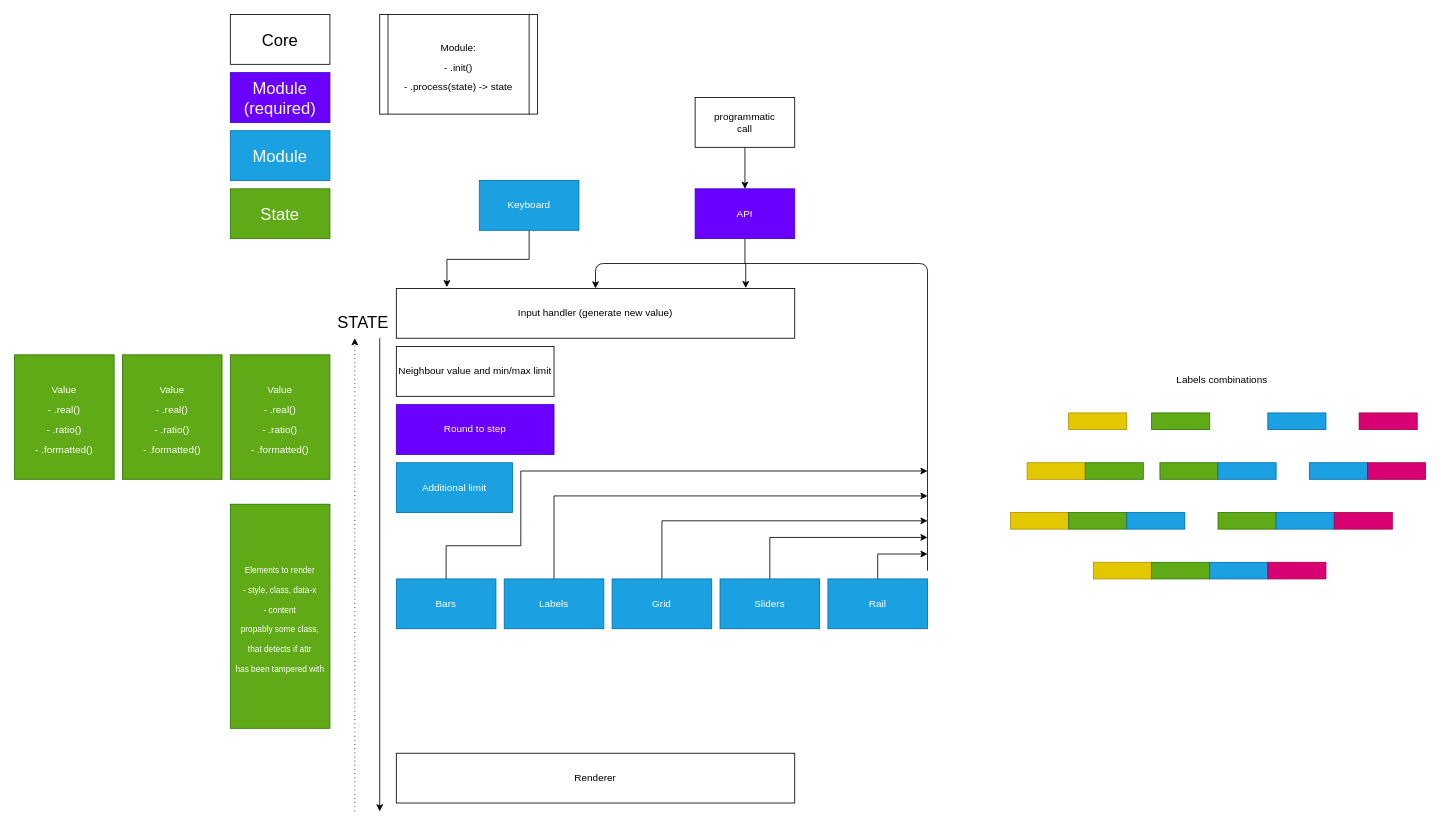
The draw.io diagram architecture.drawio in soanvig/mm-jsr, before the edit. Source tidied: cells renumbered, new cells numbered last; positions are measured from the earlier drawing's top-left corner, leaving out a move shared by most shapes. Both pictures are drawn from the tidied source at 83%, with x=0, y=0 at pixel (14, 14).
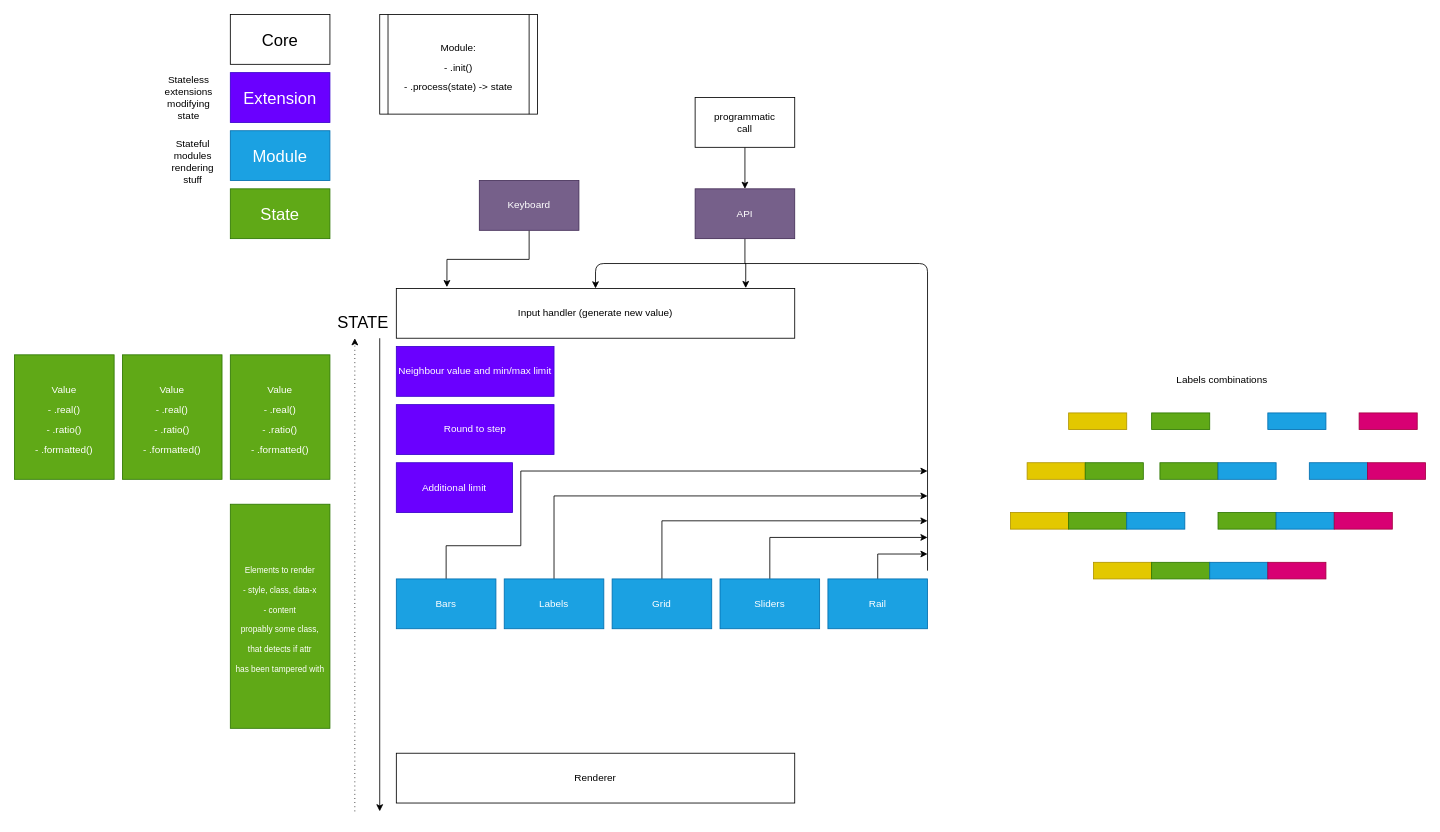
After the change.

What changed in the source:
```diff
@@
-    <mxCell id="4" value="API" style="rounded=0;whiteSpace=wrap;html=1;fillColor=#6a00ff;strokeColor=#3700CC;fontColor=#ffffff;" parent="1" vertex="1">
+    <mxCell id="4" value="API" style="rounded=0;whiteSpace=wrap;html=1;fillColor=#76608a;strokeColor=#432D57;fontColor=#ffffff;" parent="1" vertex="1">
       <mxGeometry x="820" y="210" width="120" height="60" as="geometry" />
     </mxCell>
@@
-    <mxCell id="8" value="Neighbour value and min/max limit" style="rounded=0;whiteSpace=wrap;html=1;" parent="1" vertex="1">
+    <mxCell id="8" value="Neighbour value and min/max limit" style="rounded=0;whiteSpace=wrap;html=1;fillColor=#6a00ff;strokeColor=#3700CC;fontColor=#ffffff;" parent="1" vertex="1">
       <mxGeometry x="460" y="400" width="190" height="60" as="geometry" />
     </mxCell>
@@
-    <mxCell id="16" value="Additional limit" style="rounded=0;whiteSpace=wrap;html=1;fillColor=#1ba1e2;strokeColor=#006EAF;fontColor=#ffffff;" parent="1" vertex="1">
+    <mxCell id="16" value="Additional limit" style="rounded=0;whiteSpace=wrap;html=1;fillColor=#6a00ff;strokeColor=#3700CC;fontColor=#ffffff;" parent="1" vertex="1">
       <mxGeometry x="460" y="540" width="140" height="60" as="geometry" />
     </mxCell>
@@
-    <mxCell id="22" value="Keyboard" style="rounded=0;whiteSpace=wrap;html=1;fillColor=#1ba1e2;strokeColor=#006EAF;fontColor=#ffffff;" parent="1" vertex="1">
+    <mxCell id="22" value="Keyboard" style="rounded=0;whiteSpace=wrap;html=1;fillColor=#76608a;strokeColor=#432D57;fontColor=#ffffff;" parent="1" vertex="1">
       <mxGeometry x="560" y="200" width="120" height="60" as="geometry" />
     </mxCell>
@@
-    <mxCell id="30" value="Module&lt;br&gt;(required)" style="rounded=0;whiteSpace=wrap;html=1;fontSize=20;fillColor=#6a00ff;strokeColor=#3700CC;fontColor=#ffffff;" parent="1" vertex="1">
+    <mxCell id="30" value="Extension" style="rounded=0;whiteSpace=wrap;html=1;fontSize=20;fillColor=#6a00ff;strokeColor=#3700CC;fontColor=#ffffff;" parent="1" vertex="1">
       <mxGeometry x="260" y="70" width="120" height="60" as="geometry" />
     </mxCell>
@@
+    <mxCell id="57" value="Stateless&lt;br&gt;extensions modifying&lt;br&gt;state" style="text;html=1;strokeColor=none;fillColor=none;align=center;verticalAlign=middle;whiteSpace=wrap;rounded=0;" parent="1" vertex="1">
+      <mxGeometry x="170" y="55" width="80" height="90" as="geometry" />
+    </mxCell>
+    <mxCell id="58" value="&lt;br&gt;Stateful&lt;br&gt;modules rendering&lt;br&gt;stuff" style="text;html=1;strokeColor=none;fillColor=none;align=center;verticalAlign=middle;whiteSpace=wrap;rounded=0;" parent="1" vertex="1">
+      <mxGeometry x="170" y="110" width="90" height="120" as="geometry" />
+    </mxCell>
```
